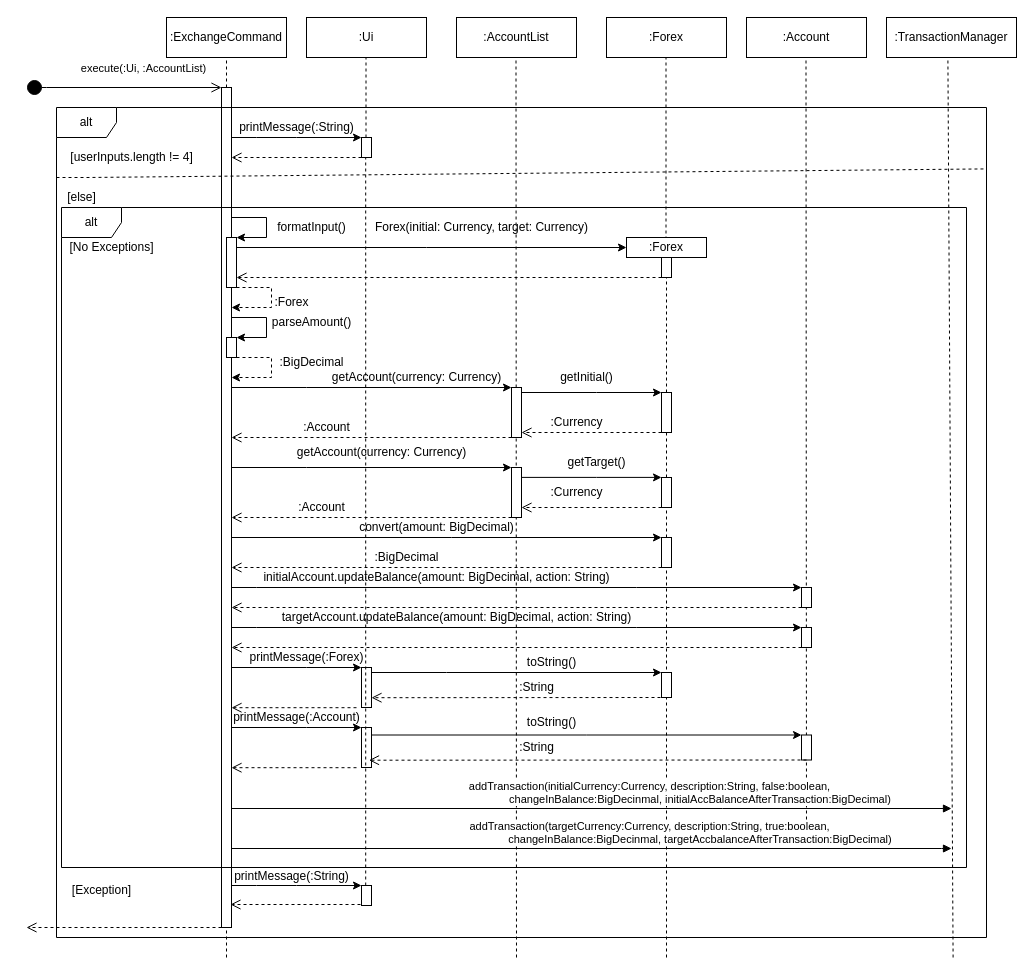
Above: docs/diagrams/ExchangeSeqDiagram.drawio in woowenjun99/tp (draw.io), before the change. Source tidied: cells renumbered, new cells numbered last; positions are measured from the earlier drawing's top-left corner, leaving out a move shared by most shapes. Both pictures are drawn from the tidied source at 100%, with x=0, y=0 at pixel (26, 17).
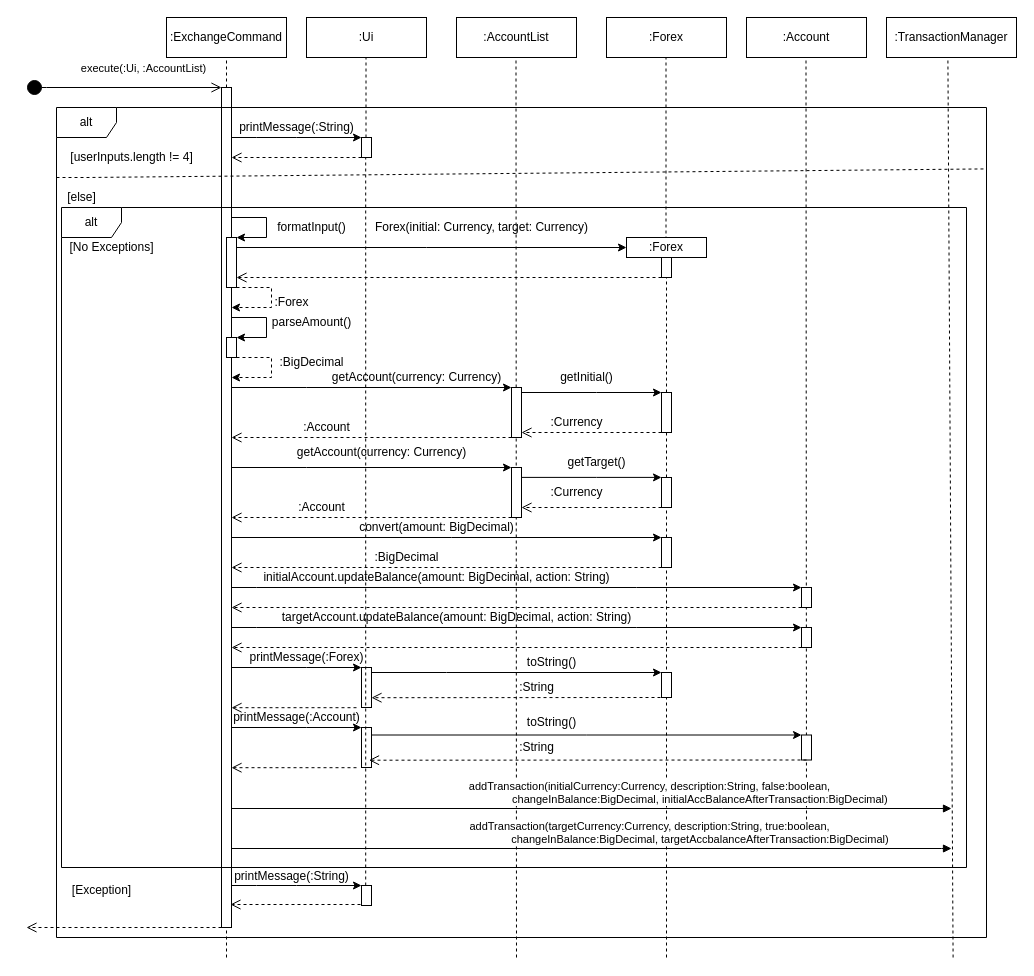
Above is the later version.

The change refers to these unchanged cells:
```xml
<mxCell id="14" style="html=1;points=[];perimeter=orthogonalPerimeter;outlineConnect=0;targetShapes=umlLifeline;portConstraint=eastwest;newEdgeStyle={&quot;edgeStyle&quot;:&quot;elbowEdgeStyle&quot;,&quot;elbow&quot;:&quot;vertical&quot;,&quot;curved&quot;:0,&quot;rounded&quot;:0};" parent="1" vertex="1">
  <mxGeometry x="195" y="70" width="10" height="840" as="geometry" />
</mxCell>
```

What changed in the source:
```diff
@@
-<mxGraphModel background="#ffffff">
+<mxGraphModel background="#FFFFFF">
@@
-    <mxCell id="104" value="addTransaction(initialCurrency:Currency, description:String, false:boolean,&lt;br style=&quot;border-color: var(--border-color);&quot;&gt;&amp;nbsp; &amp;nbsp; &amp;nbsp; &amp;nbsp; &amp;nbsp; &amp;nbsp; &amp;nbsp; &amp;nbsp; &amp;nbsp; &amp;nbsp; &amp;nbsp; &amp;nbsp; &amp;nbsp; &amp;nbsp; &amp;nbsp; &amp;nbsp; &amp;nbsp;changeInBalance:BigDecinmal, initialAccBalanceAfterTransaction:BigDecimal)" style="html=1;verticalAlign=bottom;endArrow=block;edgeStyle=elbowEdgeStyle;elbow=vertical;curved=0;rounded=0;" parent="1" edge="1" source="14">
+    <mxCell id="104" value="addTransaction(initialCurrency:Currency, description:String, false:boolean,&lt;br style=&quot;border-color: var(--border-color);&quot;&gt;&amp;nbsp; &amp;nbsp; &amp;nbsp; &amp;nbsp; &amp;nbsp; &amp;nbsp; &amp;nbsp; &amp;nbsp; &amp;nbsp; &amp;nbsp; &amp;nbsp; &amp;nbsp; &amp;nbsp; &amp;nbsp; &amp;nbsp; &amp;nbsp; &amp;nbsp;changeInBalance:BigDecimal, initialAccBalanceAfterTransaction:BigDecimal)" style="html=1;verticalAlign=bottom;endArrow=block;edgeStyle=elbowEdgeStyle;elbow=vertical;curved=0;rounded=0;" parent="1" edge="1" source="14">
       <mxGeometry x="0.16" relative="1" as="geometry">
         <mxPoint x="925" y="791" as="targetPoint" />
         <Array as="points">
           <mxPoint x="696" y="791" />
         </Array>
       </mxGeometry>
     </mxCell>
-    <mxCell id="105" value="addTransaction(targetCurrency:Currency, description:String, true:boolean,&lt;br style=&quot;border-color: var(--border-color);&quot;&gt;&amp;nbsp; &amp;nbsp; &amp;nbsp; &amp;nbsp; &amp;nbsp; &amp;nbsp; &amp;nbsp; &amp;nbsp; &amp;nbsp; &amp;nbsp; &amp;nbsp; &amp;nbsp; &amp;nbsp; &amp;nbsp; &amp;nbsp; &amp;nbsp; &amp;nbsp;changeInBalance:BigDecinmal, targetAccbalanceAfterTransaction:BigDecimal)" style="html=1;verticalAlign=bottom;endArrow=block;edgeStyle=elbowEdgeStyle;elbow=vertical;curved=0;rounded=0;" parent="1" edge="1" source="14">
+    <mxCell id="105" value="addTransaction(targetCurrency:Currency, description:String, true:boolean,&lt;br style=&quot;border-color: var(--border-color);&quot;&gt;&amp;nbsp; &amp;nbsp; &amp;nbsp; &amp;nbsp; &amp;nbsp; &amp;nbsp; &amp;nbsp; &amp;nbsp; &amp;nbsp; &amp;nbsp; &amp;nbsp; &amp;nbsp; &amp;nbsp; &amp;nbsp; &amp;nbsp; &amp;nbsp; &amp;nbsp;changeInBalance:BigDecimal, targetAccbalanceAfterTransaction:BigDecimal)" style="html=1;verticalAlign=bottom;endArrow=block;edgeStyle=elbowEdgeStyle;elbow=vertical;curved=0;rounded=0;" parent="1" edge="1" source="14">
       <mxGeometry x="0.16" relative="1" as="geometry">
         <mxPoint x="925" y="831" as="targetPoint" />
         <Array as="points">
           <mxPoint x="915" y="831" />
         </Array>
       </mxGeometry>
     </mxCell>
```
